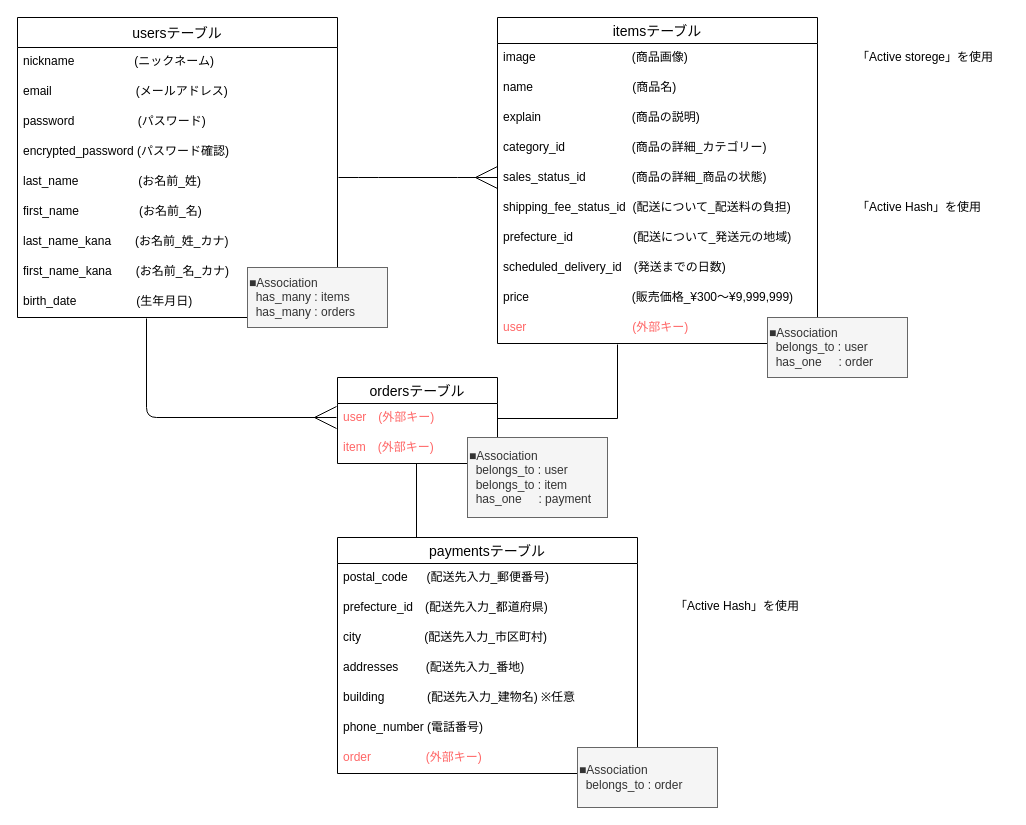
Above: test.dio in kosakik/furima-36040 (draw.io), before the change. Source tidied: cells renumbered, new cells numbered last; positions are measured from the earlier drawing's top-left corner, leaving out a move shared by most shapes. Both pictures are drawn from the tidied source at 100%, with x=0, y=0 at pixel (17, 17).
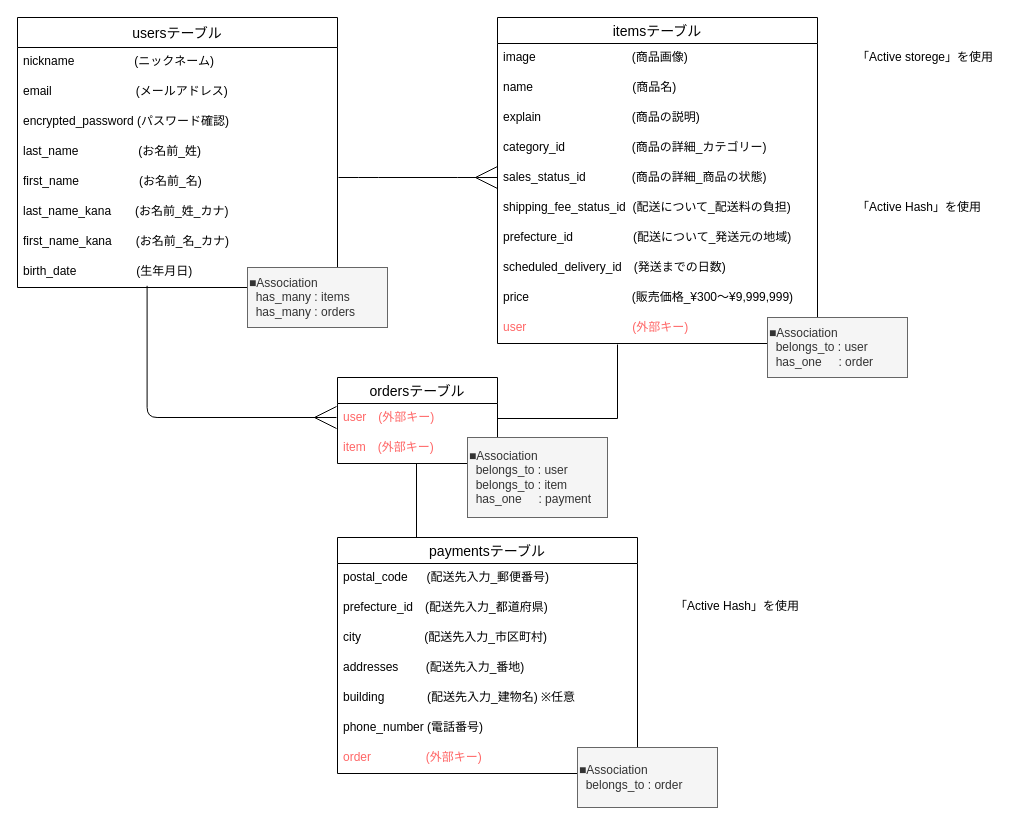
The same diagram, later.

Commit message (it also covers changes not shown here):
指摘内容修正(データベース設計)

The edit, as a diff of the source:
```diff
@@
     <mxCell id="2" value="usersテーブル" style="swimlane;fontStyle=0;horizontal=1;startSize=30;align=center;fontSize=14;verticalAlign=middle;" parent="1" vertex="1">
-      <mxGeometry width="320" height="300" as="geometry" />
+      <mxGeometry width="320" height="270" as="geometry" />
     </mxCell>
@@
-    <mxCell id="5" value="password　　　　 　(パスワード)" style="text;strokeColor=none;fillColor=none;spacingLeft=4;spacingRight=4;overflow=hidden;fontSize=12;" parent="2" vertex="1">
-      <mxGeometry y="90" width="320" height="30" as="geometry" />
-    </mxCell>
     <mxCell id="6" value="encrypted_password (パスワード確認)" style="text;strokeColor=none;fillColor=none;spacingLeft=4;spacingRight=4;overflow=hidden;fontSize=12;" parent="2" vertex="1">
-      <mxGeometry y="120" width="320" height="30" as="geometry" />
+      <mxGeometry y="90" width="320" height="30" as="geometry" />
     </mxCell>
     <mxCell id="7" value="last_name　　　　　(お名前_姓)" style="text;strokeColor=none;fillColor=none;spacingLeft=4;spacingRight=4;overflow=hidden;fontSize=12;" parent="2" vertex="1">
-      <mxGeometry y="150" width="320" height="30" as="geometry" />
+      <mxGeometry y="120" width="320" height="30" as="geometry" />
     </mxCell>
     <mxCell id="8" value="first_name　　　　　(お名前_名)" style="text;strokeColor=none;fillColor=none;spacingLeft=4;spacingRight=4;overflow=hidden;fontSize=12;" parent="2" vertex="1">
-      <mxGeometry y="180" width="320" height="30" as="geometry" />
+      <mxGeometry y="150" width="320" height="30" as="geometry" />
     </mxCell>
     <mxCell id="9" value="last_name_kana　　(お名前_姓_カナ)" style="text;strokeColor=none;fillColor=none;spacingLeft=4;spacingRight=4;overflow=hidden;fontSize=12;" parent="2" vertex="1">
-      <mxGeometry y="210" width="320" height="30" as="geometry" />
+      <mxGeometry y="180" width="320" height="30" as="geometry" />
     </mxCell>
     <mxCell id="10" value="first_name_kana　　(お名前_名_カナ)" style="text;strokeColor=none;fillColor=none;spacingLeft=4;spacingRight=4;overflow=hidden;fontSize=12;" parent="2" vertex="1">
-      <mxGeometry y="240" width="320" height="30" as="geometry" />
+      <mxGeometry y="210" width="320" height="30" as="geometry" />
     </mxCell>
     <mxCell id="11" value="birth_date　　　　　(生年月日)" style="text;strokeColor=none;fillColor=none;spacingLeft=4;spacingRight=4;overflow=hidden;points=[[0,0.5],[1,0.5]];portConstraint=eastwest;fontSize=12;" parent="2" vertex="1">
-      <mxGeometry y="270" width="320" height="30" as="geometry" />
+      <mxGeometry y="240" width="320" height="30" as="geometry" />
     </mxCell>
@@
-    <mxCell id="35" style="edgeStyle=orthogonalEdgeStyle;fontSize=12;html=1;endArrow=ERmany;fontColor=#FF6666;endSize=20;startSize=20;" parent="1" edge="1">
+    <mxCell id="35" style="edgeStyle=orthogonalEdgeStyle;fontSize=12;html=1;endArrow=ERmany;fontColor=#FF6666;endSize=20;startSize=20;exitX=0.405;exitY=0.944;exitDx=0;exitDy=0;exitPerimeter=0;" parent="1" edge="1" source="11">
       <mxGeometry relative="1" as="geometry">
-        <mxPoint x="129" y="301" as="sourcePoint" />
         <mxPoint x="319" y="400" as="targetPoint" />
         <Array as="points">
-          <mxPoint x="129" y="400" />
+          <mxPoint x="130" y="400" />
         </Array>
       </mxGeometry>
     </mxCell>
```
